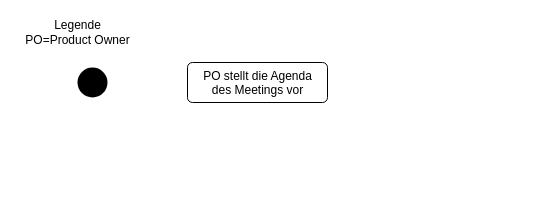
Earlier version of the draw.io diagram Übung3.drawio (dabels2s/studentOFHBRS). Source tidied: cells renumbered, new cells numbered last; positions are measured from the earlier drawing's top-left corner, leaving out a move shared by most shapes. Both pictures are drawn from the tidied source at 100%, with x=0, y=0 at pixel (17, 17).
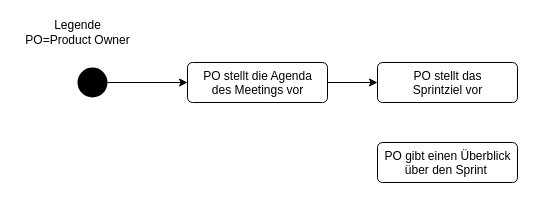
Above is the later version.

Diff of the diagram source:
```diff
@@
 <mxGraphModel>
   <root>
     <mxCell id="0" />
     <mxCell id="1" parent="0" />
+    <mxCell id="5" style="edgeStyle=orthogonalEdgeStyle;rounded=0;jettySize=auto;html=1;" parent="1" edge="1" source="2" target="3">
+      <mxGeometry relative="1" as="geometry" />
+    </mxCell>
     <mxCell id="2" style="ellipse;fillColor=#000000;strokeColor=none;" parent="1" vertex="1">
       <mxGeometry x="60" y="50" width="30" height="30" as="geometry" />
     </mxCell>
+    <mxCell id="6" style="edgeStyle=orthogonalEdgeStyle;rounded=0;jettySize=auto;html=1;" parent="1" edge="1" source="3" target="7">
+      <mxGeometry relative="1" as="geometry" />
+    </mxCell>
     <mxCell id="3" value="PO stellt die Agenda &lt;br&gt;des Meetings vor" style="html=1;align=center;verticalAlign=top;rounded=1;absoluteArcSize=1;arcSize=10;dashed=0;" parent="1" vertex="1">
       <mxGeometry x="170" y="45" width="140" height="40" as="geometry" />
     </mxCell>
     <mxCell id="4" value="Legende&lt;br&gt;PO=Product Owner" style="text;html=1;align=center;verticalAlign=middle;" parent="1" vertex="1">
       <mxGeometry width="120" height="30" as="geometry" />
     </mxCell>
+    <mxCell id="7" value="PO stellt das &lt;br&gt;Sprintziel vor" style="html=1;align=center;verticalAlign=top;rounded=1;absoluteArcSize=1;arcSize=10;dashed=0;" parent="1" vertex="1">
+      <mxGeometry x="360" y="45" width="140" height="40" as="geometry" />
+    </mxCell>
+    <mxCell id="8" value="PO gibt einen Überblick&lt;br&gt;über den Sprint&amp;nbsp;" style="html=1;align=center;verticalAlign=top;rounded=1;absoluteArcSize=1;arcSize=10;dashed=0;" parent="1" vertex="1">
+      <mxGeometry x="360" y="125" width="140" height="40" as="geometry" />
+    </mxCell>
   </root>
 </mxGraphModel>
```
